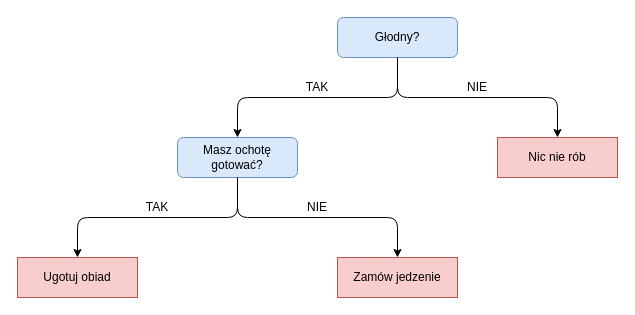
Above: page "decision-tree" (5 of 10) of plots/classifiers.drawio in pkardas/agh-fake-news (draw.io), before the change. Source tidied: cells renumbered, new cells numbered last; positions are measured from the earlier drawing's top-left corner, leaving out a move shared by most shapes. Both pictures are drawn from the tidied source at 100%, with x=0, y=0 at pixel (17, 17).
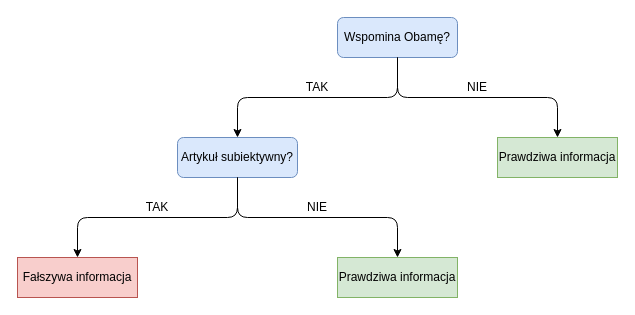
The same diagram, later.

Commit message (it also covers changes not shown here):
Newest thesis version + updated graphs

The edit, as a diff of the source:
```diff
@@
-    <mxCell id="2" value="Głodny?" style="rounded=1;whiteSpace=wrap;html=1;fillColor=#dae8fc;strokeColor=#6c8ebf;" parent="1" vertex="1">
+    <mxCell id="2" value="Wspomina Obamę?" style="rounded=1;whiteSpace=wrap;html=1;fillColor=#dae8fc;strokeColor=#6c8ebf;" parent="1" vertex="1">
       <mxGeometry x="320" width="120" height="40" as="geometry" />
     </mxCell>
-    <mxCell id="3" value="Nic nie rób" style="rounded=0;whiteSpace=wrap;html=1;fillColor=#f8cecc;strokeColor=#b85450;" parent="1" vertex="1">
+    <mxCell id="3" value="Prawdziwa informacja" style="rounded=0;whiteSpace=wrap;html=1;fillColor=#d5e8d4;strokeColor=#82b366;" parent="1" vertex="1">
       <mxGeometry x="480" y="120" width="120" height="40" as="geometry" />
     </mxCell>
-    <mxCell id="4" value="Masz ochotę gotować?" style="rounded=1;whiteSpace=wrap;html=1;fillColor=#dae8fc;strokeColor=#6c8ebf;" parent="1" vertex="1">
+    <mxCell id="4" value="Artykuł subiektywny?" style="rounded=1;whiteSpace=wrap;html=1;fillColor=#dae8fc;strokeColor=#6c8ebf;" parent="1" vertex="1">
       <mxGeometry x="160" y="120" width="120" height="40" as="geometry" />
     </mxCell>
-    <mxCell id="5" value="Zamów jedzenie" style="rounded=0;whiteSpace=wrap;html=1;fillColor=#f8cecc;strokeColor=#b85450;" parent="1" vertex="1">
-      <mxGeometry x="320" y="240" width="120" height="40" as="geometry" />
-    </mxCell>
-    <mxCell id="6" value="Ugotuj obiad" style="rounded=0;whiteSpace=wrap;html=1;fillColor=#f8cecc;strokeColor=#b85450;" parent="1" vertex="1">
+    <mxCell id="6" value="Fałszywa informacja" style="rounded=0;whiteSpace=wrap;html=1;fillColor=#f8cecc;strokeColor=#b85450;" parent="1" vertex="1">
       <mxGeometry y="240" width="120" height="40" as="geometry" />
     </mxCell>
@@
-    <mxCell id="9" style="endArrow=classic;html=1;strokeColor=#000000;strokeWidth=1;fontColor=#0000CC;entryX=0.5;entryY=0;entryDx=0;entryDy=0;exitX=0.5;exitY=1;exitDx=0;exitDy=0;" parent="1" edge="1" source="4" target="5">
+    <mxCell id="9" style="endArrow=classic;html=1;strokeColor=#000000;strokeWidth=1;fontColor=#0000CC;entryX=0.5;entryY=0;entryDx=0;entryDy=0;exitX=0.5;exitY=1;exitDx=0;exitDy=0;" parent="1" edge="1" source="4">
       <mxGeometry relative="1" as="geometry">
+        <mxPoint x="380" y="240" as="targetPoint" />
         <Array as="points">
           <mxPoint x="220" y="200" />
           <mxPoint x="380" y="200" />
         </Array>
       </mxGeometry>
     </mxCell>
@@
+    <mxCell id="15" value="Prawdziwa informacja" style="rounded=0;whiteSpace=wrap;html=1;fillColor=#d5e8d4;strokeColor=#82b366;" parent="1" vertex="1">
+      <mxGeometry x="320" y="240" width="120" height="40" as="geometry" />
+    </mxCell>
```
